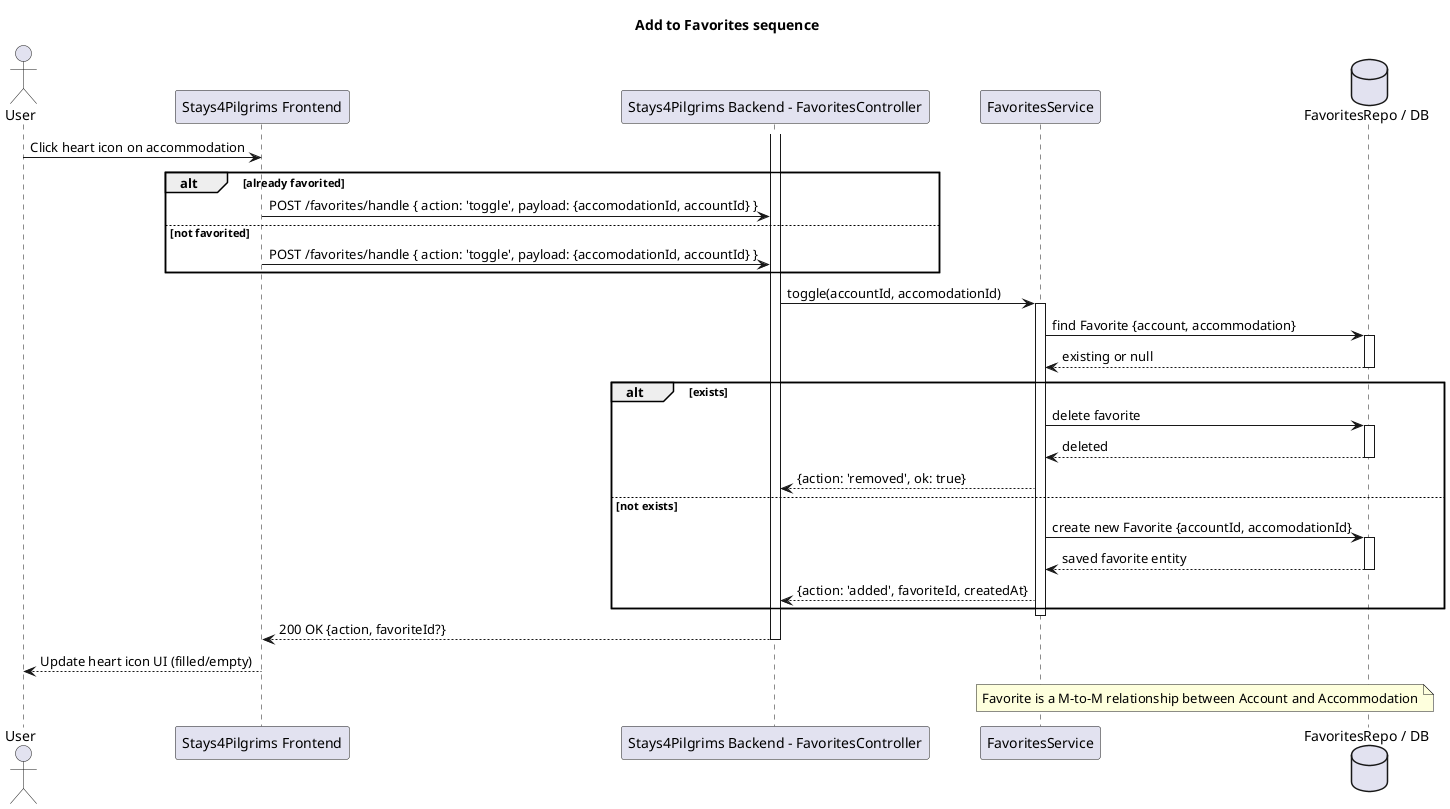
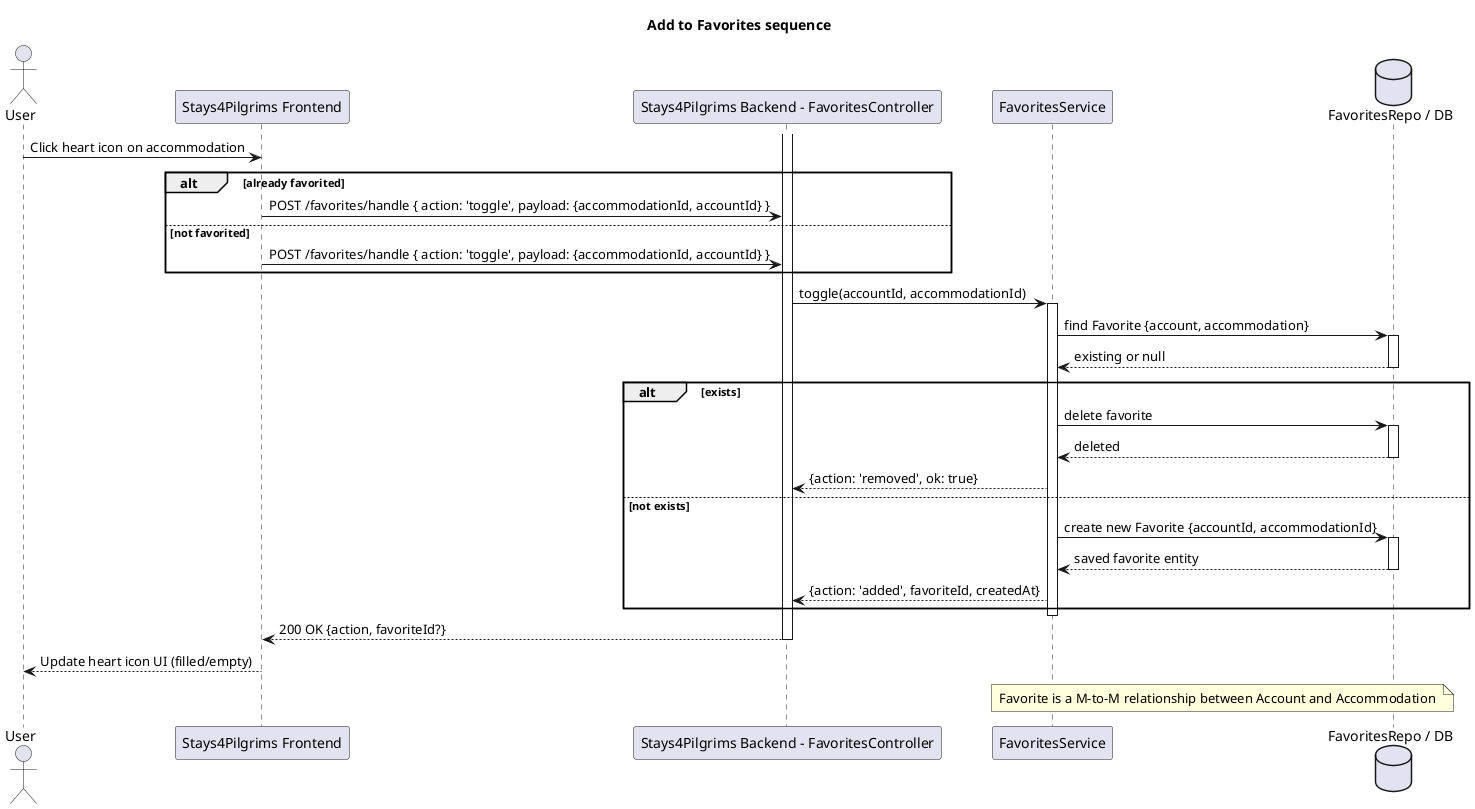
@startuml
title Add to Favorites sequence
actor User
participant "Stays4Pilgrims Frontend" as FE
participant "Stays4Pilgrims Backend - FavoritesController" as API
participant "FavoritesService" as SVC
database "FavoritesRepo / DB" as DB

User -> FE: Click heart icon on accommodation
alt already favorited
-   FE -> API: POST /favorites/handle { action: 'toggle', payload: {accomodationId, accountId} }
+   FE -> API: POST /favorites/handle { action: 'toggle', payload: {accommodationId, accountId} }
else not favorited
-   FE -> API: POST /favorites/handle { action: 'toggle', payload: {accomodationId, accountId} }
+   FE -> API: POST /favorites/handle { action: 'toggle', payload: {accommodationId, accountId} }
end
activate API
- API -> SVC: toggle(accountId, accomodationId)
+ API -> SVC: toggle(accountId, accommodationId)
activate SVC
SVC -> DB: find Favorite {account, accommodation}
activate DB
DB --> SVC: existing or null
deactivate DB
alt exists
  SVC -> DB: delete favorite
  activate DB
  DB --> SVC: deleted
  deactivate DB
  SVC --> API: {action: 'removed', ok: true}
else not exists
-   SVC -> DB: create new Favorite {accountId, accomodationId}
+   SVC -> DB: create new Favorite {accountId, accommodationId}
  activate DB
  DB --> SVC: saved favorite entity
  deactivate DB
  SVC --> API: {action: 'added', favoriteId, createdAt}
end
deactivate SVC
API --> FE: 200 OK {action, favoriteId?}
deactivate API
FE --> User: Update heart icon UI (filled/empty)

note over SVC,DB: Favorite is a M-to-M relationship between Account and Accommodation

@enduml
